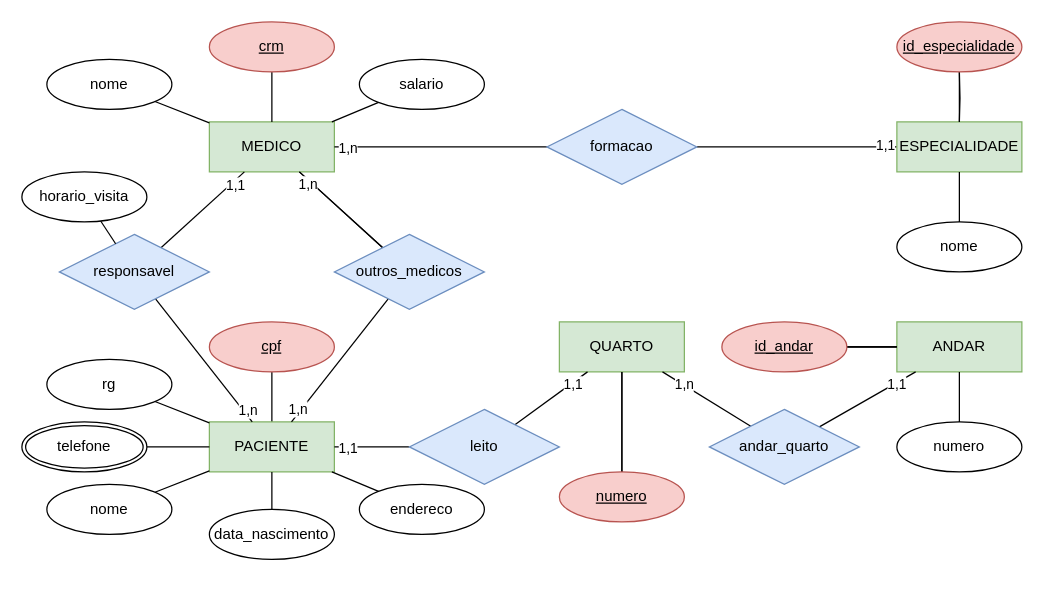
Above: ac1-minimundo-clinica.drawio in AristoEinstein/db-fundamentals (draw.io), before the change. Source tidied: cells renumbered, new cells numbered last; positions are measured from the earlier drawing's top-left corner, leaving out a move shared by most shapes. Both pictures are drawn from the tidied source at 125%, with x=0, y=0 at pixel (21, 21).
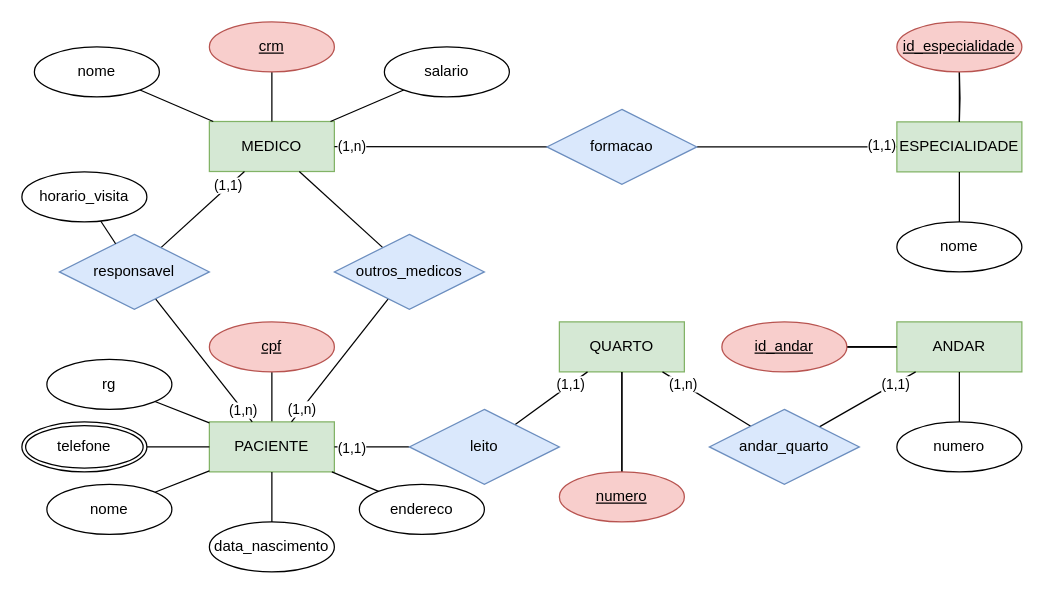
The same page after the edit.

Commit message:
Agora sim, penúltima atualização.drawio

The change refers to these unchanged cells:
```xml
<mxCell id="6" value="crm" style="ellipse;whiteSpace=wrap;html=1;align=center;fontStyle=4;fillColor=#f8cecc;strokeColor=#b85450;" parent="1" vertex="1">
  <mxGeometry x="150" width="100" height="40" as="geometry" />
</mxCell>
<mxCell id="19" style="edgeStyle=none;rounded=0;jettySize=auto;html=1;startArrow=none;startFill=0;endArrow=none;endFill=0;" parent="1" edge="1" source="21" target="27">
  <mxGeometry relative="1" as="geometry" />
</mxCell>
<mxCell id="25" style="edgeStyle=none;rounded=0;jettySize=auto;html=1;startArrow=none;startFill=0;endArrow=none;endFill=0;fontFamily=Helvetica;" parent="1" edge="1" source="27" target="2">
  <mxGeometry relative="1" as="geometry" />
</mxCell>
<mxCell id="28" style="edgeStyle=none;rounded=0;jettySize=auto;html=1;startArrow=none;startFill=0;endArrow=none;endFill=0;" parent="1" edge="1" source="32" target="4">
  <mxGeometry relative="1" as="geometry" />
</mxCell>
<mxCell id="30" style="edgeStyle=none;rounded=0;jettySize=auto;html=1;startArrow=none;startFill=0;endArrow=none;endFill=0;" parent="1" edge="1" source="32" target="2">
  <mxGeometry relative="1" as="geometry" />
</mxCell>
<mxCell id="33" style="edgeStyle=none;rounded=0;jettySize=auto;html=1;startArrow=none;startFill=0;endArrow=none;endFill=0;" parent="1" edge="1" source="52" target="4">
  <mxGeometry relative="1" as="geometry" />
</mxCell>
<mxCell id="39" style="edgeStyle=none;rounded=0;jettySize=auto;html=1;startArrow=none;startFill=0;endArrow=none;endFill=0;" parent="1" edge="1" source="43" target="38">
  <mxGeometry relative="1" as="geometry" />
</mxCell>
<mxCell id="41" style="edgeStyle=none;rounded=0;jettySize=auto;html=1;startArrow=none;startFill=0;endArrow=none;endFill=0;" parent="1" edge="1" source="43" target="24">
  <mxGeometry relative="1" as="geometry" />
</mxCell>
<mxCell id="45" style="edgeStyle=none;rounded=0;jettySize=auto;html=1;startArrow=none;startFill=0;endArrow=none;endFill=0;" parent="1" edge="1" source="49" target="4">
  <mxGeometry relative="1" as="geometry" />
</mxCell>
<mxCell id="47" style="edgeStyle=none;rounded=0;jettySize=auto;html=1;startArrow=none;startFill=0;endArrow=none;endFill=0;" parent="1" edge="1" source="49" target="24">
  <mxGeometry relative="1" as="geometry" />
</mxCell>
<mxCell id="52" value="outros_medicos" style="shape=rhombus;perimeter=rhombusPerimeter;whiteSpace=wrap;html=1;align=center;fillColor=#dae8fc;strokeColor=#6c8ebf;" parent="1" vertex="1">
  <mxGeometry x="250" y="170" width="120" height="60" as="geometry" />
</mxCell>
```

What changed in the source:
```diff
@@
     <mxCell id="2" value="MEDICO" style="whiteSpace=wrap;html=1;align=center;fillColor=#d5e8d4;strokeColor=#82b366;" parent="1" vertex="1">
-      <mxGeometry x="150" y="80" width="100" height="40" as="geometry" />
+      <mxGeometry x="150" y="79.7" width="100" height="40" as="geometry" />
     </mxCell>
@@
-    <mxCell id="5" style="edgeStyle=none;rounded=0;jettySize=auto;html=1;startArrow=none;startFill=0;endArrow=none;endFill=0;" parent="1" edge="1" source="6" target="2">
-      <mxGeometry relative="1" as="geometry" />
+    <mxCell id="5" style="edgeStyle=none;rounded=0;jettySize=auto;html=1;startArrow=none;startFill=0;endArrow=none;endFill=0;" parent="1" edge="1" target="2">
+      <mxGeometry relative="1" as="geometry">
+        <mxPoint x="200" y="39.7" as="sourcePoint" />
+      </mxGeometry>
     </mxCell>
@@
-    <mxCell id="7" style="edgeStyle=none;rounded=0;jettySize=auto;html=1;startArrow=none;startFill=0;endArrow=none;endFill=0;" parent="1" edge="1" source="8" target="2">
+    <mxCell id="7" style="rounded=0;jettySize=auto;html=1;endArrow=none;endFill=0;" parent="1" edge="1" source="8" target="2">
       <mxGeometry relative="1" as="geometry" />
     </mxCell>
     <mxCell id="8" value="nome" style="ellipse;whiteSpace=wrap;html=1;align=center;" parent="1" vertex="1">
-      <mxGeometry x="20" y="30" width="100" height="40" as="geometry" />
+      <mxGeometry x="10" y="20" width="100" height="40" as="geometry" />
     </mxCell>
-    <mxCell id="9" style="edgeStyle=none;rounded=0;jettySize=auto;html=1;startArrow=none;startFill=0;endArrow=none;endFill=0;" parent="1" edge="1" source="10" target="2">
+    <mxCell id="9" style="edgeStyle=none;rounded=0;jettySize=auto;html=1;endArrow=none;endFill=0;" parent="1" edge="1" source="10" target="2">
       <mxGeometry relative="1" as="geometry" />
     </mxCell>
     <mxCell id="10" value="salario" style="ellipse;whiteSpace=wrap;html=1;align=center;" parent="1" vertex="1">
-      <mxGeometry x="270" y="30" width="100" height="40" as="geometry" />
+      <mxGeometry x="290" y="20" width="100" height="40" as="geometry" />
     </mxCell>
@@
-    <mxCell id="20" value="1,1" style="edgeLabel;html=1;align=center;verticalAlign=middle;fontFamily=Helvetica;" parent="19" vertex="1">
-      <mxGeometry x="-0.87" y="-2" relative="1" as="geometry" />
+    <mxCell id="20" value="(1,1)" style="edgeLabel;html=1;align=center;verticalAlign=middle;fontFamily=Helvetica;" parent="19" vertex="1">
+      <mxGeometry x="-0.87" y="-2" relative="1" as="geometry">
+        <mxPoint x="-3" as="offset" />
+      </mxGeometry>
     </mxCell>
@@
     <mxCell id="23" value="data_nascimento" style="ellipse;whiteSpace=wrap;html=1;align=center;" parent="1" vertex="1">
-      <mxGeometry x="150" y="390" width="100" height="40" as="geometry" />
+      <mxGeometry x="150" y="400" width="100" height="40" as="geometry" />
     </mxCell>
@@
-    <mxCell id="26" value="1,n" style="edgeLabel;html=1;align=center;verticalAlign=middle;fontFamily=Helvetica;" parent="25" vertex="1">
+    <mxCell id="26" value="(1,n)" style="edgeLabel;html=1;align=center;verticalAlign=middle;fontFamily=Helvetica;" parent="25" vertex="1">
       <mxGeometry x="0.92" relative="1" as="geometry">
-        <mxPoint x="3" as="offset" />
+        <mxPoint x="6" as="offset" />
       </mxGeometry>
     </mxCell>
@@
-    <mxCell id="29" value="1,n" style="edgeLabel;html=1;align=center;verticalAlign=middle;fontFamily=Helvetica;" parent="28" vertex="1">
+    <mxCell id="29" value="(1,n)" style="edgeLabel;html=1;align=center;verticalAlign=middle;fontFamily=Helvetica;" parent="28" vertex="1">
       <mxGeometry x="0.9" relative="1" as="geometry">
-        <mxPoint y="-5" as="offset" />
+        <mxPoint x="-4" y="-5" as="offset" />
       </mxGeometry>
     </mxCell>
@@
-    <mxCell id="31" value="1,1" style="edgeLabel;html=1;align=center;verticalAlign=middle;fontFamily=Helvetica;" parent="30" vertex="1">
+    <mxCell id="31" value="(1,1)" style="edgeLabel;html=1;align=center;verticalAlign=middle;fontFamily=Helvetica;" parent="30" vertex="1">
       <mxGeometry x="0.52" relative="1" as="geometry">
-        <mxPoint x="8" y="-4" as="offset" />
+        <mxPoint x="2" y="-4" as="offset" />
       </mxGeometry>
     </mxCell>
@@
-    <mxCell id="34" value="1,n" style="edgeLabel;html=1;align=center;verticalAlign=middle;fontFamily=Helvetica;" parent="33" vertex="1">
+    <mxCell id="34" value="(1,n)" style="edgeLabel;html=1;align=center;verticalAlign=middle;fontFamily=Helvetica;" parent="33" vertex="1">
       <mxGeometry x="0.89" relative="1" as="geometry">
-        <mxPoint y="-5" as="offset" />
+        <mxPoint x="3" y="-5" as="offset" />
       </mxGeometry>
     </mxCell>
-    <mxCell id="35" style="edgeStyle=none;rounded=0;jettySize=auto;html=1;startArrow=none;startFill=0;endArrow=none;endFill=0;" parent="1" edge="1" source="52" target="2">
-      <mxGeometry relative="1" as="geometry" />
-    </mxCell>
-    <mxCell id="36" value="1,n" style="edgeLabel;html=1;align=center;verticalAlign=middle;fontFamily=Helvetica;" parent="35" vertex="1">
-      <mxGeometry x="0.78" y="1" relative="1" as="geometry">
-        <mxPoint y="2" as="offset" />
-      </mxGeometry>
-    </mxCell>
@@
-    <mxCell id="40" value="1,1" style="edgeLabel;html=1;align=center;verticalAlign=middle;fontFamily=Helvetica;" parent="39" vertex="1">
+    <mxCell id="40" value="(1,1)" style="edgeLabel;html=1;align=center;verticalAlign=middle;fontFamily=Helvetica;" parent="39" vertex="1">
       <mxGeometry x="0.74" relative="1" as="geometry">
-        <mxPoint x="-5" y="4" as="offset" />
+        <mxPoint x="-6" y="4" as="offset" />
       </mxGeometry>
     </mxCell>
@@
-    <mxCell id="42" value="1,n" style="edgeLabel;html=1;align=center;verticalAlign=middle;fontFamily=Helvetica;" parent="41" vertex="1">
+    <mxCell id="42" value="(1,n)" style="edgeLabel;html=1;align=center;verticalAlign=middle;fontFamily=Helvetica;" parent="41" vertex="1">
       <mxGeometry x="0.68" y="1" relative="1" as="geometry">
-        <mxPoint x="7" y="2" as="offset" />
+        <mxPoint x="6" y="2" as="offset" />
       </mxGeometry>
     </mxCell>
@@
-    <mxCell id="46" value="1,1" style="edgeLabel;html=1;align=center;verticalAlign=middle;fontFamily=Helvetica;" parent="45" vertex="1">
+    <mxCell id="46" value="(1,1)" style="edgeLabel;html=1;align=center;verticalAlign=middle;fontFamily=Helvetica;" parent="45" vertex="1">
       <mxGeometry x="0.71" y="1" relative="1" as="geometry">
-        <mxPoint x="1" y="-1" as="offset" />
+        <mxPoint x="4" y="-1" as="offset" />
       </mxGeometry>
     </mxCell>
@@
-    <mxCell id="48" value="1,1" style="edgeLabel;html=1;align=center;verticalAlign=middle;fontFamily=Helvetica;" parent="47" vertex="1">
+    <mxCell id="48" value="(1,1)" style="edgeLabel;html=1;align=center;verticalAlign=middle;fontFamily=Helvetica;" parent="47" vertex="1">
       <mxGeometry x="0.64" relative="1" as="geometry">
-        <mxPoint x="-2" y="2" as="offset" />
+        <mxPoint x="-4" y="2" as="offset" />
       </mxGeometry>
     </mxCell>
```
